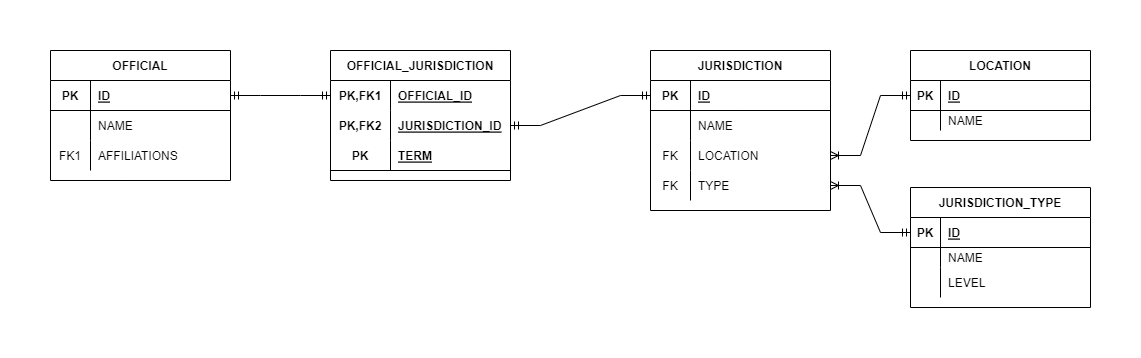
The draw.io diagram doc/datamodel.drawio.png in leiter-jakab/representme, before a commit. Source tidied: cells renumbered, new cells last; positions are measured from the earlier drawing's top-left corner, leaving out a move shared by most shapes.
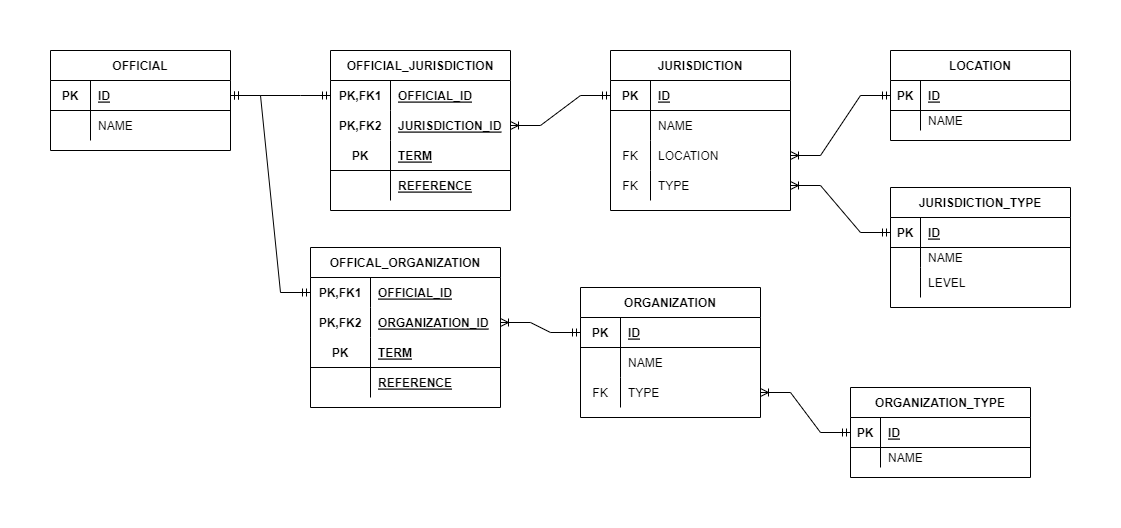
Later version of the same file.

Change to the diagram source:
```diff
@@ -3,7 +3,7 @@
     <mxCell id="0" />
     <mxCell id="1" parent="0" />
     <mxCell id="2" value="OFFICIAL" style="shape=table;startSize=30;rowLines=0;fontStyle=1;align=center;" parent="1" vertex="1">
-      <mxGeometry width="180" height="130" as="geometry" />
+      <mxGeometry width="180" height="100" as="geometry" />
     </mxCell>
     <mxCell id="3" style="shape=tableRow;horizontal=0;startSize=0;swimlaneHead=0;swimlaneBody=0;fillColor=none;points=[[0,0.5],[1,0.5]];portConstraint=eastwest;top=0;left=0;right=0;bottom=1;" parent="2" vertex="1">
       <mxGeometry y="30" width="180" height="30" as="geometry" />
@@ -23,17 +23,8 @@
     <mxCell id="8" value="NAME" style="shape=partialRectangle;fillColor=none;top=0;left=0;bottom=0;right=0;align=left;spacingLeft=6;overflow=hidden;" parent="6" vertex="1">
       <mxGeometry x="40" width="140" height="30" as="geometry" />
     </mxCell>
-    <mxCell id="9" style="shape=tableRow;horizontal=0;startSize=0;swimlaneHead=0;swimlaneBody=0;fillColor=none;points=[[0,0.5],[1,0.5]];portConstraint=eastwest;top=0;left=0;right=0;bottom=0;" parent="2" vertex="1">
-      <mxGeometry y="90" width="180" height="30" as="geometry" />
-    </mxCell>
-    <mxCell id="10" value="FK1" style="shape=partialRectangle;fillColor=none;top=0;left=0;bottom=0;right=0;overflow=hidden;" parent="9" vertex="1">
-      <mxGeometry width="40" height="30" as="geometry" />
-    </mxCell>
-    <mxCell id="11" value="AFFILIATIONS" style="shape=partialRectangle;fillColor=none;top=0;left=0;bottom=0;right=0;align=left;spacingLeft=6;overflow=hidden;" parent="9" vertex="1">
-      <mxGeometry x="40" width="140" height="30" as="geometry" />
-    </mxCell>
     <mxCell id="12" value="JURISDICTION" style="shape=table;startSize=30;rowLines=0;fontStyle=1;align=center;" parent="1" vertex="1">
-      <mxGeometry x="600" width="180" height="160" as="geometry" />
+      <mxGeometry x="560" width="180" height="160" as="geometry" />
     </mxCell>
     <mxCell id="13" style="shape=tableRow;horizontal=0;startSize=0;swimlaneHead=0;swimlaneBody=0;fillColor=none;points=[[0,0.5],[1,0.5]];portConstraint=eastwest;top=0;left=0;right=0;bottom=1;" parent="12" vertex="1">
       <mxGeometry y="30" width="180" height="30" as="geometry" />
@@ -72,7 +63,7 @@
       <mxGeometry x="40" width="140" height="30" as="geometry" />
     </mxCell>
     <mxCell id="25" value="JURISDICTION_TYPE" style="shape=table;startSize=30;rowLines=0;fontStyle=1;align=center;" parent="1" vertex="1">
-      <mxGeometry x="860" y="137" width="180" height="120" as="geometry" />
+      <mxGeometry x="840" y="137" width="180" height="120" as="geometry" />
     </mxCell>
     <mxCell id="26" style="shape=tableRow;horizontal=0;startSize=0;swimlaneHead=0;swimlaneBody=0;fillColor=none;points=[[0,0.5],[1,0.5]];portConstraint=eastwest;top=0;left=0;right=0;bottom=1;" parent="25" vertex="1">
       <mxGeometry y="30" width="180" height="30" as="geometry" />
@@ -101,8 +92,8 @@
     <mxCell id="34" value="LEVEL" style="shape=partialRectangle;fillColor=none;top=0;left=0;bottom=0;right=0;align=left;spacingLeft=6;overflow=hidden;" parent="32" vertex="1">
       <mxGeometry x="30" width="150" height="30" as="geometry" />
     </mxCell>
-    <mxCell id="35" value="OFFICIAL_JURISDICTION" style="shape=table;startSize=30;rowLines=0;fontStyle=1;align=center;" parent="1" vertex="1">
-      <mxGeometry x="280" width="180" height="130" as="geometry" />
+    <mxCell id="35" value="OFFICIAL_JURISDICTION" style="shape=table;startSize=30;rowLines=0;fontStyle=1;align=center;swimlaneLine=1;" parent="1" vertex="1">
+      <mxGeometry x="280" width="180" height="160" as="geometry" />
     </mxCell>
     <mxCell id="36" style="shape=tableRow;horizontal=0;startSize=0;swimlaneHead=0;swimlaneBody=0;fillColor=none;points=[[0,0.5],[1,0.5]];portConstraint=eastwest;top=0;left=0;right=0;bottom=0;" parent="35" vertex="1">
       <mxGeometry y="30" width="180" height="30" as="geometry" />
@@ -131,14 +122,20 @@
     <mxCell id="44" value="TERM" style="shape=partialRectangle;fillColor=none;top=0;left=0;bottom=0;right=0;align=left;spacingLeft=6;fontStyle=5;overflow=hidden;" parent="42" vertex="1">
       <mxGeometry x="60" width="120" height="30" as="geometry" />
     </mxCell>
+    <mxCell id="56" style="shape=tableRow;horizontal=0;startSize=0;swimlaneHead=0;swimlaneBody=0;fillColor=none;top=0;left=0;right=0;bottom=1;swimlaneLine=1;strokeColor=none;" parent="35" vertex="1">
+      <mxGeometry y="120" width="180" height="30" as="geometry" />
+    </mxCell>
+    <mxCell id="57" style="shape=partialRectangle;fillColor=none;top=0;left=0;bottom=0;right=0;fontStyle=1;overflow=hidden;" parent="56" vertex="1">
+      <mxGeometry width="60" height="30" as="geometry" />
+    </mxCell>
+    <mxCell id="58" value="REFERENCE" style="shape=partialRectangle;fillColor=none;top=0;left=0;bottom=0;right=0;align=left;spacingLeft=6;fontStyle=5;overflow=hidden;strokeColor=default;" parent="56" vertex="1">
+      <mxGeometry x="60" width="120" height="30" as="geometry" />
+    </mxCell>
     <mxCell id="45" style="edgeStyle=entityRelationEdgeStyle;fontSize=12;html=1;endArrow=ERmandOne;startArrow=ERmandOne;rounded=0;exitX=1;exitY=0.5;exitDx=0;exitDy=0;entryX=0;entryY=0.5;entryDx=0;entryDy=0;" parent="1" edge="1" source="3" target="36">
       <mxGeometry relative="1" as="geometry" />
     </mxCell>
-    <mxCell id="46" style="edgeStyle=entityRelationEdgeStyle;fontSize=12;html=1;endArrow=ERmandOne;startArrow=ERmandOne;rounded=0;entryX=0;entryY=0.5;entryDx=0;entryDy=0;exitX=1;exitY=0.5;exitDx=0;exitDy=0;" parent="1" edge="1" source="39" target="13">
-      <mxGeometry relative="1" as="geometry" />
-    </mxCell>
     <mxCell id="47" value="LOCATION" style="shape=table;startSize=30;rowLines=0;fontStyle=1;align=center;" parent="1" vertex="1">
-      <mxGeometry x="860" width="180" height="90" as="geometry" />
+      <mxGeometry x="840" width="180" height="90" as="geometry" />
     </mxCell>
     <mxCell id="48" style="shape=tableRow;horizontal=0;startSize=0;swimlaneHead=0;swimlaneBody=0;fillColor=none;points=[[0,0.5],[1,0.5]];portConstraint=eastwest;top=0;left=0;right=0;bottom=1;" parent="47" vertex="1">
       <mxGeometry y="30" width="180" height="30" as="geometry" />
@@ -164,5 +161,107 @@
     <mxCell id="55" style="edgeStyle=entityRelationEdgeStyle;fontSize=12;html=1;endArrow=ERoneToMany;startArrow=ERmandOne;rounded=0;entryX=1;entryY=0.5;entryDx=0;entryDy=0;" parent="1" edge="1" source="48" target="19">
       <mxGeometry relative="1" as="geometry" />
     </mxCell>
+    <mxCell id="59" value="OFFICAL_ORGANIZATION" style="shape=table;startSize=30;rowLines=0;fontStyle=1;align=center;" parent="1" vertex="1">
+      <mxGeometry x="260" y="197" width="190" height="160" as="geometry" />
+    </mxCell>
+    <mxCell id="60" style="shape=tableRow;horizontal=0;startSize=0;swimlaneHead=0;swimlaneBody=0;fillColor=none;points=[[0,0.5],[1,0.5]];portConstraint=eastwest;top=0;left=0;right=0;bottom=0;" parent="59" vertex="1">
+      <mxGeometry y="30" width="190" height="30" as="geometry" />
+    </mxCell>
+    <mxCell id="61" value="PK,FK1" style="shape=partialRectangle;fillColor=none;top=0;left=0;bottom=0;right=0;fontStyle=1;overflow=hidden;" parent="60" vertex="1">
+      <mxGeometry width="60" height="30" as="geometry" />
+    </mxCell>
+    <mxCell id="62" value="OFFICIAL_ID" style="shape=partialRectangle;fillColor=none;top=0;left=0;bottom=0;right=0;align=left;spacingLeft=6;fontStyle=5;overflow=hidden;" parent="60" vertex="1">
+      <mxGeometry x="60" width="130" height="30" as="geometry" />
+    </mxCell>
+    <mxCell id="63" style="shape=tableRow;horizontal=0;startSize=0;swimlaneHead=0;swimlaneBody=0;fillColor=none;points=[[0,0.5],[1,0.5]];portConstraint=eastwest;top=0;left=0;right=0;bottom=0;" parent="59" vertex="1">
+      <mxGeometry y="60" width="190" height="30" as="geometry" />
+    </mxCell>
+    <mxCell id="64" value="PK,FK2" style="shape=partialRectangle;fillColor=none;top=0;left=0;bottom=0;right=0;fontStyle=1;overflow=hidden;" parent="63" vertex="1">
+      <mxGeometry width="60" height="30" as="geometry" />
+    </mxCell>
+    <mxCell id="65" value="ORGANIZATION_ID" style="shape=partialRectangle;fillColor=none;top=0;left=0;bottom=0;right=0;align=left;spacingLeft=6;fontStyle=5;overflow=hidden;" parent="63" vertex="1">
+      <mxGeometry x="60" width="130" height="30" as="geometry" />
+    </mxCell>
+    <mxCell id="66" style="shape=tableRow;horizontal=0;startSize=0;swimlaneHead=0;swimlaneBody=0;fillColor=none;top=0;left=0;right=0;bottom=1;" parent="59" vertex="1">
+      <mxGeometry y="90" width="190" height="30" as="geometry" />
+    </mxCell>
+    <mxCell id="67" value="PK" style="shape=partialRectangle;fillColor=none;top=0;left=0;bottom=0;right=0;fontStyle=1;overflow=hidden;" parent="66" vertex="1">
+      <mxGeometry width="60" height="30" as="geometry" />
+    </mxCell>
+    <mxCell id="68" value="TERM" style="shape=partialRectangle;fillColor=none;top=0;left=0;bottom=0;right=0;align=left;spacingLeft=6;fontStyle=5;overflow=hidden;" parent="66" vertex="1">
+      <mxGeometry x="60" width="130" height="30" as="geometry" />
+    </mxCell>
+    <mxCell id="69" style="shape=tableRow;horizontal=0;startSize=0;swimlaneHead=0;swimlaneBody=0;fillColor=none;top=0;left=0;right=0;bottom=1;strokeColor=none;" parent="59" vertex="1">
+      <mxGeometry y="120" width="190" height="30" as="geometry" />
+    </mxCell>
+    <mxCell id="70" style="shape=partialRectangle;fillColor=none;top=0;left=0;bottom=0;right=0;fontStyle=1;overflow=hidden;" parent="69" vertex="1">
+      <mxGeometry width="60" height="30" as="geometry" />
+    </mxCell>
+    <mxCell id="71" value="REFERENCE" style="shape=partialRectangle;fillColor=none;top=0;left=0;bottom=0;right=0;align=left;spacingLeft=6;fontStyle=5;overflow=hidden;" parent="69" vertex="1">
+      <mxGeometry x="60" width="130" height="30" as="geometry" />
+    </mxCell>
+    <mxCell id="72" value="ORGANIZATION" style="shape=table;startSize=30;rowLines=0;fontStyle=1;align=center;" parent="1" vertex="1">
+      <mxGeometry x="530" y="237" width="180" height="130" as="geometry" />
+    </mxCell>
+    <mxCell id="73" style="shape=tableRow;horizontal=0;startSize=0;swimlaneHead=0;swimlaneBody=0;fillColor=none;points=[[0,0.5],[1,0.5]];portConstraint=eastwest;top=0;left=0;right=0;bottom=1;" parent="72" vertex="1">
+      <mxGeometry y="30" width="180" height="30" as="geometry" />
+    </mxCell>
+    <mxCell id="74" value="PK" style="shape=partialRectangle;fillColor=none;top=0;left=0;bottom=0;right=0;fontStyle=1;overflow=hidden;" parent="73" vertex="1">
+      <mxGeometry width="40" height="30" as="geometry" />
+    </mxCell>
+    <mxCell id="75" value="ID" style="shape=partialRectangle;fillColor=none;top=0;left=0;bottom=0;right=0;align=left;spacingLeft=6;fontStyle=5;overflow=hidden;" parent="73" vertex="1">
+      <mxGeometry x="40" width="140" height="30" as="geometry" />
+    </mxCell>
+    <mxCell id="76" style="shape=tableRow;horizontal=0;startSize=0;swimlaneHead=0;swimlaneBody=0;fillColor=none;top=0;left=0;right=0;bottom=0;" parent="72" vertex="1">
+      <mxGeometry y="60" width="180" height="30" as="geometry" />
+    </mxCell>
+    <mxCell id="77" style="shape=partialRectangle;fillColor=none;top=0;left=0;bottom=0;right=0;overflow=hidden;" parent="76" vertex="1">
+      <mxGeometry width="40" height="30" as="geometry" />
+    </mxCell>
+    <mxCell id="78" value="NAME" style="shape=partialRectangle;fillColor=none;top=0;left=0;bottom=0;right=0;align=left;spacingLeft=6;overflow=hidden;" parent="76" vertex="1">
+      <mxGeometry x="40" width="140" height="30" as="geometry" />
+    </mxCell>
+    <mxCell id="9" style="shape=tableRow;horizontal=0;startSize=0;swimlaneHead=0;swimlaneBody=0;fillColor=none;points=[[0,0.5],[1,0.5]];portConstraint=eastwest;top=0;left=0;right=0;bottom=0;" parent="72" vertex="1">
+      <mxGeometry y="90" width="180" height="30" as="geometry" />
+    </mxCell>
+    <mxCell id="79" value="FK" style="shape=partialRectangle;fillColor=none;top=0;left=0;bottom=0;right=0;overflow=hidden;" parent="9" vertex="1">
+      <mxGeometry width="40" height="30" as="geometry" />
+    </mxCell>
+    <mxCell id="80" value="TYPE" style="shape=partialRectangle;fillColor=none;top=0;left=0;bottom=0;right=0;align=left;spacingLeft=6;overflow=hidden;" parent="9" vertex="1">
+      <mxGeometry x="40" width="140" height="30" as="geometry" />
+    </mxCell>
+    <mxCell id="81" value="ORGANIZATION_TYPE" style="shape=table;startSize=30;rowLines=0;fontStyle=1;align=center;" parent="1" vertex="1">
+      <mxGeometry x="800" y="337" width="180" height="90" as="geometry" />
+    </mxCell>
+    <mxCell id="82" style="shape=tableRow;horizontal=0;startSize=0;swimlaneHead=0;swimlaneBody=0;fillColor=none;points=[[0,0.5],[1,0.5]];portConstraint=eastwest;top=0;left=0;right=0;bottom=1;" parent="81" vertex="1">
+      <mxGeometry y="30" width="180" height="30" as="geometry" />
+    </mxCell>
+    <mxCell id="83" value="PK" style="shape=partialRectangle;fillColor=none;top=0;left=0;bottom=0;right=0;fontStyle=1;overflow=hidden;" parent="82" vertex="1">
+      <mxGeometry width="30" height="30" as="geometry" />
+    </mxCell>
+    <mxCell id="84" value="ID" style="shape=partialRectangle;fillColor=none;top=0;left=0;bottom=0;right=0;align=left;spacingLeft=6;fontStyle=5;overflow=hidden;" parent="82" vertex="1">
+      <mxGeometry x="30" width="150" height="30" as="geometry" />
+    </mxCell>
+    <mxCell id="85" style="shape=tableRow;horizontal=0;startSize=0;swimlaneHead=0;swimlaneBody=0;fillColor=none;top=0;left=0;right=0;bottom=0;" parent="81" vertex="1">
+      <mxGeometry y="60" width="180" height="20" as="geometry" />
+    </mxCell>
+    <mxCell id="86" style="shape=partialRectangle;fillColor=none;top=0;left=0;bottom=0;right=0;overflow=hidden;" parent="85" vertex="1">
+      <mxGeometry width="30" height="20" as="geometry" />
+    </mxCell>
+    <mxCell id="87" value="NAME" style="shape=partialRectangle;fillColor=none;top=0;left=0;bottom=0;right=0;align=left;spacingLeft=6;overflow=hidden;" parent="85" vertex="1">
+      <mxGeometry x="30" width="150" height="20" as="geometry" />
+    </mxCell>
+    <mxCell id="88" style="edgeStyle=entityRelationEdgeStyle;fontSize=12;html=1;endArrow=ERoneToMany;startArrow=ERmandOne;rounded=0;exitX=0;exitY=0.5;exitDx=0;exitDy=0;entryX=1;entryY=0.5;entryDx=0;entryDy=0;" parent="1" edge="1" source="82" target="9">
+      <mxGeometry relative="1" as="geometry" />
+    </mxCell>
+    <mxCell id="89" style="edgeStyle=entityRelationEdgeStyle;fontSize=12;html=1;endArrow=ERmandOne;startArrow=ERmandOne;rounded=0;entryX=0;entryY=0.5;entryDx=0;entryDy=0;exitX=1;exitY=0.5;exitDx=0;exitDy=0;" parent="1" edge="1" source="3" target="60">
+      <mxGeometry relative="1" as="geometry" />
+    </mxCell>
+    <mxCell id="90" style="edgeStyle=entityRelationEdgeStyle;fontSize=12;html=1;endArrow=ERoneToMany;startArrow=ERmandOne;rounded=0;exitX=0;exitY=0.5;exitDx=0;exitDy=0;entryX=1;entryY=0.5;entryDx=0;entryDy=0;" parent="1" edge="1" source="73" target="63">
+      <mxGeometry relative="1" as="geometry" />
+    </mxCell>
+    <mxCell id="91" style="edgeStyle=entityRelationEdgeStyle;fontSize=12;html=1;endArrow=ERoneToMany;startArrow=ERmandOne;rounded=0;exitX=0;exitY=0.5;exitDx=0;exitDy=0;entryX=1;entryY=0.5;entryDx=0;entryDy=0;" parent="1" edge="1" source="13" target="39">
+      <mxGeometry relative="1" as="geometry" />
+    </mxCell>
   </root>
 </mxGraphModel>
```
